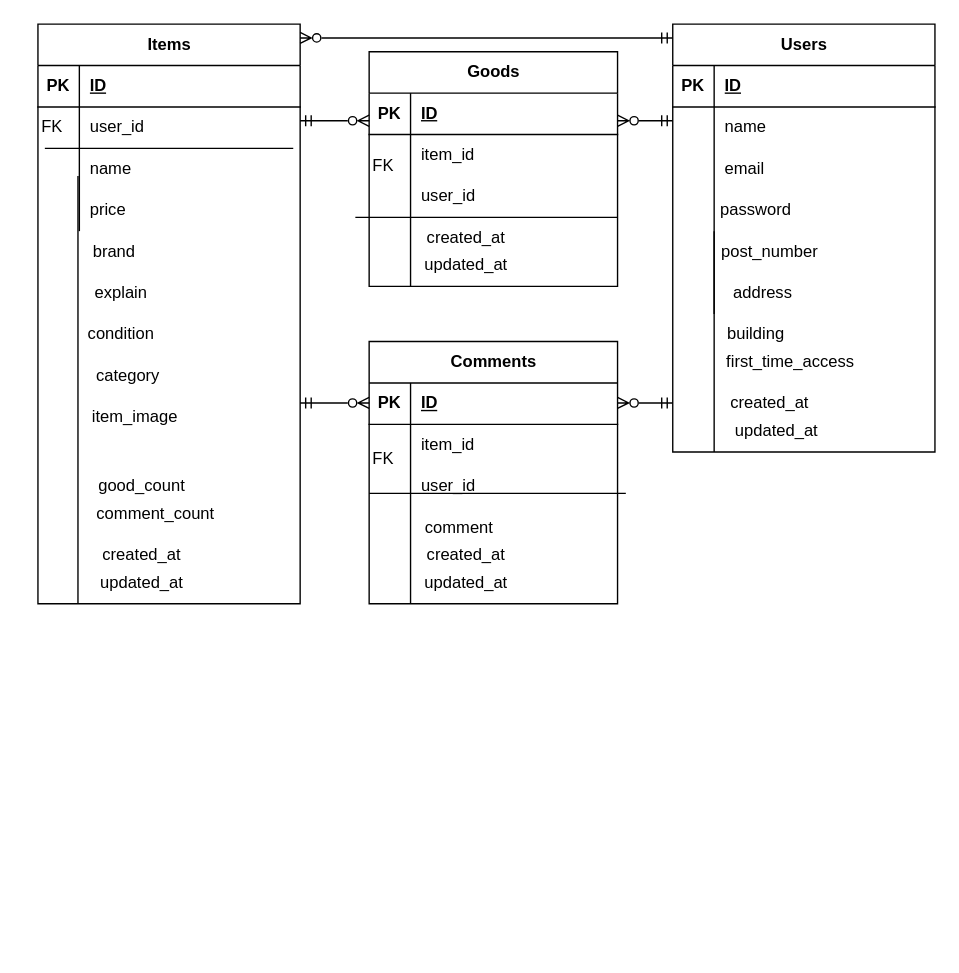
This is src/1.drawio from takayuki2025/simulation1, a draw.io file, before an edit. Source tidied: cells renumbered, new cells numbered last; positions are measured from the earlier drawing's top-left corner, leaving out a move shared by most shapes. Both pictures are drawn from the tidied source at 138%, with x=0, y=0 at pixel (23, 23).
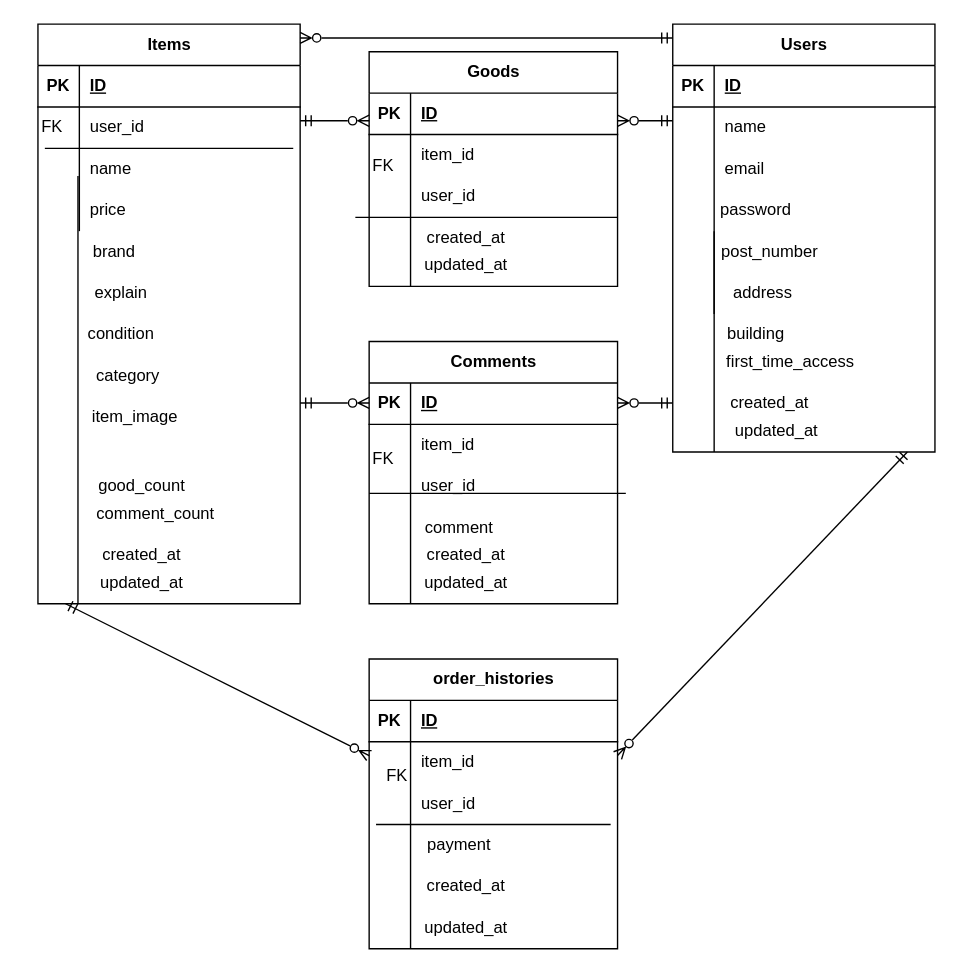
Above is the later version.

Change to the diagram source:
```diff
@@
+    <mxCell id="90" value="order_histories" style="shape=table;startSize=30;childLayout=tableLayout;rowLines=0;fontStyle=1;align=center;html=1;" parent="1" vertex="1">
+      <mxGeometry x="250" y="460" width="180" height="210" as="geometry" />
+    </mxCell>
+    <mxCell id="91" style="shape=tableRow;horizontal=0;startSize=0;swimlaneHead=0;swimlaneBody=0;fillColor=none;top=0;left=0;right=0;bottom=1;" parent="90" vertex="1">
+      <mxGeometry y="30" width="180" height="30" as="geometry" />
+    </mxCell>
+    <mxCell id="92" value="PK" style="shape=partialRectangle;fillColor=none;top=0;left=0;bottom=0;right=0;fontStyle=1;overflow=hidden;whiteSpace=wrap;html=1;" parent="91" vertex="1">
+      <mxGeometry width="30" height="30" as="geometry" />
+    </mxCell>
+    <mxCell id="93" value="ID" style="shape=partialRectangle;fillColor=none;top=0;left=0;bottom=0;right=0;align=left;spacingLeft=6;fontStyle=5;overflow=hidden;whiteSpace=wrap;html=1;" parent="91" vertex="1">
+      <mxGeometry x="30" width="150" height="30" as="geometry" />
+    </mxCell>
+    <mxCell id="94" style="shape=tableRow;horizontal=0;startSize=0;swimlaneHead=0;swimlaneBody=0;fillColor=none;top=0;left=0;right=0;bottom=0;" parent="90" vertex="1">
+      <mxGeometry y="60" width="180" height="30" as="geometry" />
+    </mxCell>
+    <mxCell id="95" style="shape=partialRectangle;fillColor=none;top=0;left=0;bottom=0;right=0;overflow=hidden;whiteSpace=wrap;html=1;" parent="94" vertex="1">
+      <mxGeometry width="30" height="30" as="geometry" />
+    </mxCell>
+    <mxCell id="96" value="item_id" style="shape=partialRectangle;fillColor=none;top=0;left=0;bottom=0;right=0;align=left;spacingLeft=6;overflow=hidden;whiteSpace=wrap;html=1;" parent="94" vertex="1">
+      <mxGeometry x="30" width="150" height="30" as="geometry" />
+    </mxCell>
+    <mxCell id="97" style="shape=tableRow;horizontal=0;startSize=0;swimlaneHead=0;swimlaneBody=0;fillColor=none;top=0;left=0;right=0;bottom=0;" parent="90" vertex="1">
+      <mxGeometry y="90" width="180" height="30" as="geometry" />
+    </mxCell>
+    <mxCell id="98" style="shape=partialRectangle;fillColor=none;top=0;left=0;bottom=0;right=0;overflow=hidden;whiteSpace=wrap;html=1;" parent="97" vertex="1">
+      <mxGeometry width="30" height="30" as="geometry" />
+    </mxCell>
+    <mxCell id="99" value="user_id" style="shape=partialRectangle;fillColor=none;top=0;left=0;bottom=0;right=0;align=left;spacingLeft=6;overflow=hidden;whiteSpace=wrap;html=1;" parent="97" vertex="1">
+      <mxGeometry x="30" width="150" height="30" as="geometry" />
+    </mxCell>
+    <mxCell id="100" style="shape=tableRow;horizontal=0;startSize=0;swimlaneHead=0;swimlaneBody=0;fillColor=none;top=0;left=0;right=0;bottom=0;" parent="90" vertex="1">
+      <mxGeometry y="120" width="180" height="90" as="geometry" />
+    </mxCell>
+    <mxCell id="101" style="shape=partialRectangle;fillColor=none;top=0;left=0;bottom=0;right=0;overflow=hidden;whiteSpace=wrap;html=1;" parent="100" vertex="1">
+      <mxGeometry width="30" height="90" as="geometry" />
+    </mxCell>
+    <mxCell id="102" style="shape=partialRectangle;fillColor=none;top=0;left=0;bottom=0;right=0;align=left;spacingLeft=6;overflow=hidden;whiteSpace=wrap;html=1;" parent="100" vertex="1">
+      <mxGeometry x="30" width="150" height="90" as="geometry" />
+    </mxCell>
+    <mxCell id="103" style="endArrow=none;html=1;" parent="1" edge="1">
+      <mxGeometry relative="1" as="geometry">
+        <mxPoint x="255" y="580" as="sourcePoint" />
+        <mxPoint x="425" y="580" as="targetPoint" />
+      </mxGeometry>
+    </mxCell>
+    <mxCell id="104" value="FK" style="text;html=1;align=center;verticalAlign=middle;strokeColor=none;fillColor=none;" parent="1" vertex="1">
+      <mxGeometry x="250" y="530" width="40" height="30" as="geometry" />
+    </mxCell>
+    <mxCell id="105" style="endArrow=ERmandOne;html=1;endFill=0;startArrow=ERzeroToMany;startFill=0;" parent="1" edge="1">
+      <mxGeometry relative="1" as="geometry">
+        <mxPoint x="430" y="530" as="sourcePoint" />
+        <mxPoint x="640" y="310" as="targetPoint" />
+      </mxGeometry>
+    </mxCell>
+    <mxCell id="106" style="endArrow=ERzeroToMany;html=1;startArrow=ERmandOne;startFill=0;endFill=0;" parent="1" edge="1">
+      <mxGeometry relative="1" as="geometry">
+        <mxPoint x="30" y="420" as="sourcePoint" />
+        <mxPoint x="250" y="530" as="targetPoint" />
+      </mxGeometry>
+    </mxCell>
+    <mxCell id="107" value="&lt;span style=&quot;color: rgb(0, 0, 0);&quot;&gt;created_at&lt;/span&gt;" style="text;html=1;align=center;verticalAlign=middle;strokeColor=none;fillColor=none;" parent="1" vertex="1">
+      <mxGeometry x="280" y="610" width="80" height="30" as="geometry" />
+    </mxCell>
+    <mxCell id="108" value="&lt;span style=&quot;color: rgb(0, 0, 0);&quot;&gt;updated_at&lt;/span&gt;" style="text;html=1;align=center;verticalAlign=middle;strokeColor=none;fillColor=none;" parent="1" vertex="1">
+      <mxGeometry x="280" y="640" width="80" height="30" as="geometry" />
+    </mxCell>
+    <mxCell id="109" value="payment" style="text;html=1;align=center;verticalAlign=middle;strokeColor=none;fillColor=none;" parent="1" vertex="1">
+      <mxGeometry x="280" y="580" width="70" height="30" as="geometry" />
+    </mxCell>
```
